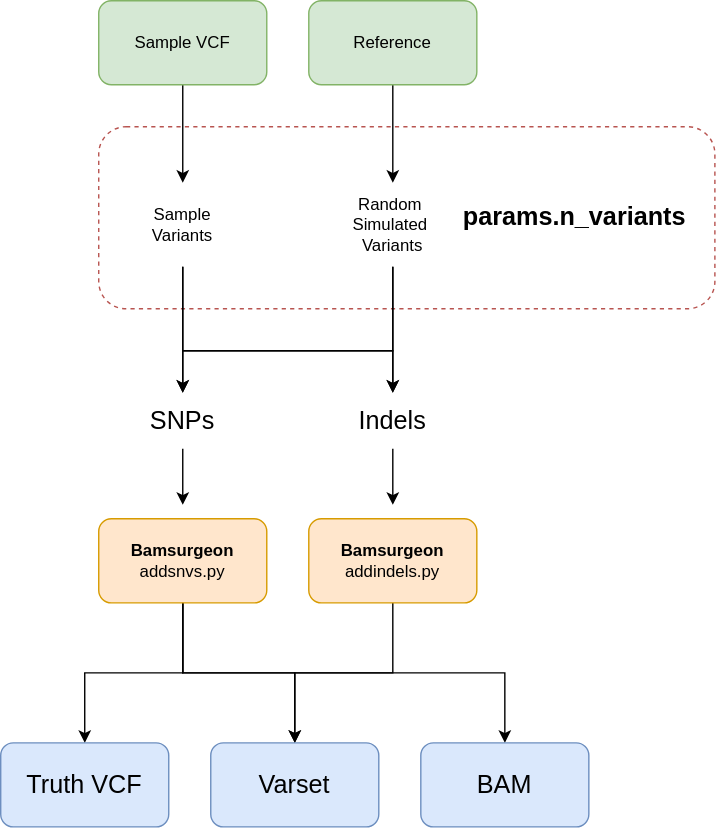
The draw.io diagram img/overview.drawio.svg in AndersenLab/variant-simulations-nf, before a commit. Source tidied: cells renumbered, new cells last; positions are measured from the earlier drawing's top-left corner, leaving out a move shared by most shapes.
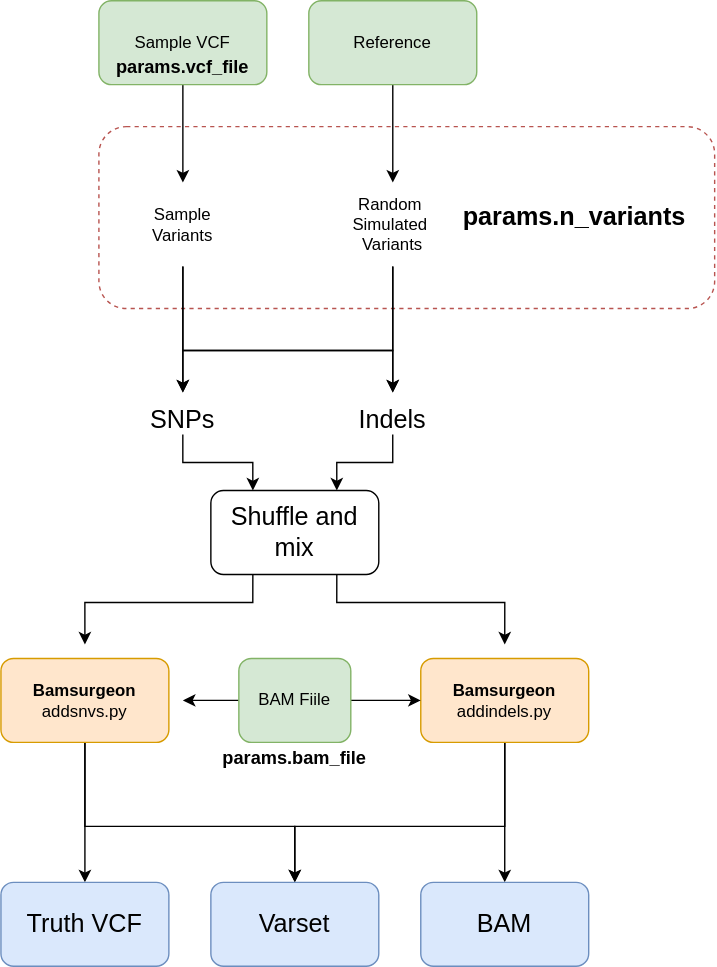
The same diagram one commit later.

Change to the diagram source:
```diff
@@ -62,55 +62,92 @@
     <mxCell id="13" style="edgeStyle=orthogonalEdgeStyle;rounded=0;jettySize=auto;html=1;entryX=0.5;entryY=0;entryDx=0;entryDy=0;fontSize=18;" parent="1" edge="1" source="16" target="24">
       <mxGeometry relative="1" as="geometry" />
     </mxCell>
-    <mxCell id="14" style="edgeStyle=orthogonalEdgeStyle;rounded=0;jettySize=auto;html=1;fontSize=18;" parent="1" edge="1" source="16" target="25">
-      <mxGeometry relative="1" as="geometry" />
+    <mxCell id="14" style="edgeStyle=orthogonalEdgeStyle;rounded=0;jettySize=auto;html=1;entryX=0.5;entryY=0;entryDx=0;entryDy=0;fontSize=18;" parent="1" edge="1" source="16" target="25">
+      <mxGeometry relative="1" as="geometry">
+        <Array as="points">
+          <mxPoint x="60" y="590" />
+          <mxPoint x="210" y="590" />
+        </Array>
+      </mxGeometry>
     </mxCell>
-    <mxCell id="15" style="edgeStyle=orthogonalEdgeStyle;rounded=0;jettySize=auto;html=1;fontSize=18;" parent="1" edge="1" source="16" target="26">
-      <mxGeometry relative="1" as="geometry">
-        <Array as="points">
-          <mxPoint x="130" y="480" />
-          <mxPoint x="360" y="480" />
-        </Array>
-      </mxGeometry>
-    </mxCell>
     <mxCell id="16" value="&lt;b&gt;Bamsurgeon&lt;br&gt;&lt;/b&gt;addsnvs.py" style="rounded=1;whiteSpace=wrap;html=1;fillColor=#ffe6cc;strokeColor=#d79b00;" parent="1" vertex="1">
-      <mxGeometry x="70" y="370" width="120" height="60" as="geometry" />
+      <mxGeometry y="470" width="120" height="60" as="geometry" />
     </mxCell>
     <mxCell id="17" value="params.n_variants" style="text;html=1;strokeColor=none;fillColor=none;align=center;verticalAlign=middle;whiteSpace=wrap;rounded=0;fontStyle=1;fontSize=18;" parent="1" vertex="1">
       <mxGeometry x="390" y="145" width="40" height="20" as="geometry" />
     </mxCell>
-    <mxCell id="18" style="edgeStyle=orthogonalEdgeStyle;rounded=0;orthogonalLoop=1;jettySize=auto;html=1;fontSize=18;" parent="1" edge="1">
+    <mxCell id="18" style="edgeStyle=orthogonalEdgeStyle;rounded=0;jettySize=auto;html=1;fontSize=18;exitX=0.25;exitY=1;exitDx=0;exitDy=0;" parent="1" edge="1" source="35">
       <mxGeometry relative="1" as="geometry">
-        <mxPoint x="130" y="320" as="sourcePoint" />
-        <mxPoint x="130" y="360" as="targetPoint" />
+        <mxPoint x="60" y="460" as="targetPoint" />
+        <Array as="points">
+          <mxPoint x="180" y="430" />
+          <mxPoint x="60" y="430" />
+        </Array>
       </mxGeometry>
     </mxCell>
+    <mxCell id="27" style="edgeStyle=orthogonalEdgeStyle;rounded=0;jettySize=auto;html=1;entryX=0.25;entryY=0;entryDx=0;entryDy=0;fontSize=18;" parent="1" edge="1" source="19" target="35">
+      <mxGeometry relative="1" as="geometry" />
+    </mxCell>
     <mxCell id="19" value="SNPs" style="text;html=1;strokeColor=none;fillColor=none;align=center;verticalAlign=middle;whiteSpace=wrap;rounded=0;dashed=1;fontSize=18;" parent="1" vertex="1">
       <mxGeometry x="110" y="290" width="40" height="20" as="geometry" />
     </mxCell>
-    <mxCell id="20" style="edgeStyle=orthogonalEdgeStyle;rounded=0;orthogonalLoop=1;jettySize=auto;html=1;fontSize=18;" parent="1" edge="1">
+    <mxCell id="20" style="edgeStyle=orthogonalEdgeStyle;rounded=0;jettySize=auto;html=1;fontSize=18;exitX=0.75;exitY=1;exitDx=0;exitDy=0;" parent="1" edge="1" source="35">
       <mxGeometry relative="1" as="geometry">
-        <mxPoint x="280" y="320" as="sourcePoint" />
-        <mxPoint x="280" y="360" as="targetPoint" />
+        <mxPoint x="360" y="460" as="targetPoint" />
+        <Array as="points">
+          <mxPoint x="240" y="430" />
+          <mxPoint x="360" y="430" />
+        </Array>
       </mxGeometry>
     </mxCell>
+    <mxCell id="28" style="edgeStyle=orthogonalEdgeStyle;rounded=0;jettySize=auto;html=1;entryX=0.75;entryY=0;entryDx=0;entryDy=0;fontSize=18;" parent="1" edge="1" source="21" target="35">
+      <mxGeometry relative="1" as="geometry" />
+    </mxCell>
     <mxCell id="21" value="Indels" style="text;html=1;strokeColor=none;fillColor=none;align=center;verticalAlign=middle;whiteSpace=wrap;rounded=0;dashed=1;fontSize=18;" parent="1" vertex="1">
       <mxGeometry x="260" y="290" width="40" height="20" as="geometry" />
     </mxCell>
     <mxCell id="22" style="edgeStyle=orthogonalEdgeStyle;rounded=0;jettySize=auto;html=1;entryX=0.5;entryY=0;entryDx=0;entryDy=0;fontSize=18;" parent="1" edge="1" source="23" target="25">
-      <mxGeometry relative="1" as="geometry" />
+      <mxGeometry relative="1" as="geometry">
+        <Array as="points">
+          <mxPoint x="360" y="590" />
+          <mxPoint x="210" y="590" />
+        </Array>
+      </mxGeometry>
     </mxCell>
+    <mxCell id="29" style="edgeStyle=orthogonalEdgeStyle;rounded=0;jettySize=auto;html=1;entryX=0.5;entryY=0;entryDx=0;entryDy=0;fontSize=18;" parent="1" edge="1" source="23" target="26">
+      <mxGeometry relative="1" as="geometry" />
+    </mxCell>
     <mxCell id="23" value="&lt;b&gt;Bamsurgeon&lt;br&gt;&lt;/b&gt;addindels.py" style="rounded=1;whiteSpace=wrap;html=1;fillColor=#ffe6cc;strokeColor=#d79b00;" parent="1" vertex="1">
-      <mxGeometry x="220" y="370" width="120" height="60" as="geometry" />
+      <mxGeometry x="300" y="470" width="120" height="60" as="geometry" />
     </mxCell>
     <mxCell id="24" value="Truth VCF" style="rounded=1;whiteSpace=wrap;html=1;fillColor=#dae8fc;fontSize=18;strokeColor=#6c8ebf;" parent="1" vertex="1">
-      <mxGeometry y="530" width="120" height="60" as="geometry" />
+      <mxGeometry y="630" width="120" height="60" as="geometry" />
     </mxCell>
     <mxCell id="25" value="Varset" style="rounded=1;whiteSpace=wrap;html=1;fillColor=#dae8fc;fontSize=18;strokeColor=#6c8ebf;" parent="1" vertex="1">
-      <mxGeometry x="150" y="530" width="120" height="60" as="geometry" />
+      <mxGeometry x="150" y="630" width="120" height="60" as="geometry" />
     </mxCell>
     <mxCell id="26" value="BAM" style="rounded=1;whiteSpace=wrap;html=1;fillColor=#dae8fc;fontSize=18;strokeColor=#6c8ebf;" parent="1" vertex="1">
-      <mxGeometry x="300" y="530" width="120" height="60" as="geometry" />
+      <mxGeometry x="300" y="630" width="120" height="60" as="geometry" />
     </mxCell>
+    <mxCell id="30" style="edgeStyle=orthogonalEdgeStyle;rounded=0;jettySize=auto;html=1;fontSize=18;" parent="1" edge="1" source="32">
+      <mxGeometry relative="1" as="geometry">
+        <mxPoint x="130" y="500" as="targetPoint" />
+      </mxGeometry>
+    </mxCell>
+    <mxCell id="31" style="edgeStyle=orthogonalEdgeStyle;rounded=0;jettySize=auto;html=1;entryX=0;entryY=0.5;entryDx=0;entryDy=0;fontSize=18;" parent="1" edge="1" source="32" target="23">
+      <mxGeometry relative="1" as="geometry" />
+    </mxCell>
+    <mxCell id="32" value="BAM Fiile" style="rounded=1;whiteSpace=wrap;html=1;fillColor=#d5e8d4;strokeColor=#82b366;" parent="1" vertex="1">
+      <mxGeometry x="170" y="470" width="80" height="60" as="geometry" />
+    </mxCell>
+    <mxCell id="33" value="&lt;font style=&quot;font-size: 13px&quot;&gt;params.bam_file&lt;/font&gt;" style="text;html=1;strokeColor=none;fillColor=none;align=center;verticalAlign=middle;whiteSpace=wrap;rounded=0;fontStyle=1;fontSize=18;" parent="1" vertex="1">
+      <mxGeometry x="190" y="530" width="40" height="20" as="geometry" />
+    </mxCell>
+    <mxCell id="34" value="&lt;font style=&quot;font-size: 13px&quot;&gt;params.vcf_file&lt;/font&gt;" style="text;html=1;strokeColor=none;fillColor=none;align=center;verticalAlign=middle;whiteSpace=wrap;rounded=0;fontStyle=1;fontSize=18;" parent="1" vertex="1">
+      <mxGeometry x="110" y="36" width="40" height="20" as="geometry" />
+    </mxCell>
+    <mxCell id="35" value="Shuffle and mix" style="rounded=1;whiteSpace=wrap;html=1;fillColor=none;fontSize=18;" parent="1" vertex="1">
+      <mxGeometry x="150" y="350" width="120" height="60" as="geometry" />
+    </mxCell>
   </root>
 </mxGraphModel>
```
